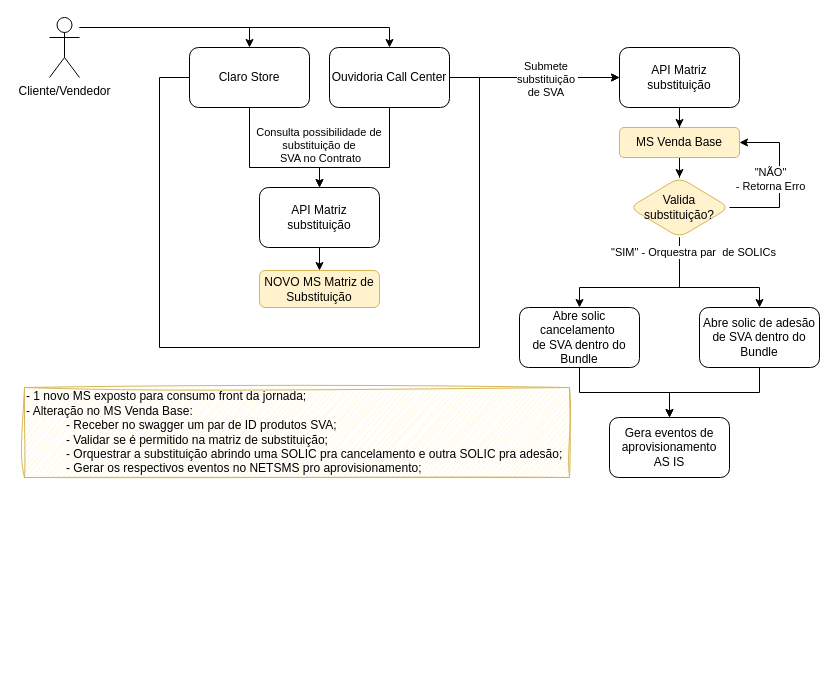
Before: page "v4" (4 of 5) of 120815 – Bundle Flexíve.drawio in samirali/ClaroBrasil, a draw.io diagram. Source tidied: cells renumbered, new cells numbered last; positions are measured from the earlier drawing's top-left corner, leaving out a move shared by most shapes. Both pictures are drawn from the tidied source at 100%, with x=0, y=0 at pixel (24, 17).
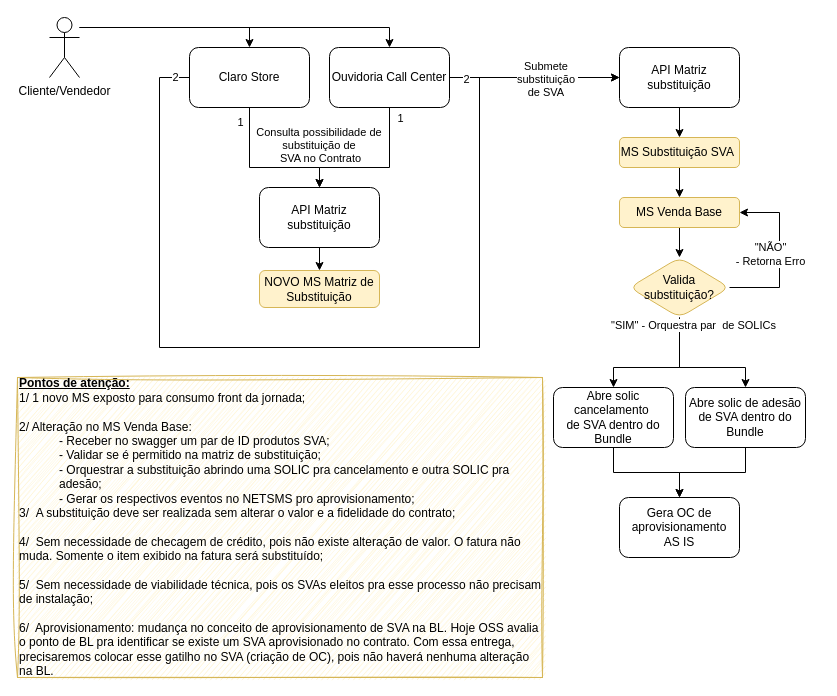
Above is the later version.

Unchanged cells that the change refers to:
```xml
<mxCell id="7" style="edgeStyle=orthogonalEdgeStyle;rounded=0;jettySize=auto;html=1;entryX=0.5;entryY=0;entryDx=0;entryDy=0;" parent="1" edge="1" source="10" target="29">
  <mxGeometry relative="1" as="geometry">
    <Array as="points">
      <mxPoint x="225" y="150" />
      <mxPoint x="295" y="150" />
    </Array>
  </mxGeometry>
</mxCell>
<mxCell id="9" style="edgeStyle=orthogonalEdgeStyle;rounded=0;jettySize=auto;html=1;entryX=0;entryY=0.5;entryDx=0;entryDy=0;" parent="1" edge="1" source="10" target="31">
  <mxGeometry relative="1" as="geometry">
    <Array as="points">
      <mxPoint x="135" y="60" />
      <mxPoint x="135" y="330" />
      <mxPoint x="455" y="330" />
      <mxPoint x="455" y="60" />
      <mxPoint x="465" y="60" />
    </Array>
  </mxGeometry>
</mxCell>
<mxCell id="12" style="edgeStyle=orthogonalEdgeStyle;rounded=0;jettySize=auto;html=1;entryX=0;entryY=0.5;entryDx=0;entryDy=0;" parent="1" edge="1" source="13" target="31">
  <mxGeometry relative="1" as="geometry" />
</mxCell>
<mxCell id="31" value="API Matriz substituição" style="rounded=1;whiteSpace=wrap;html=1;fillColor=#FFFFFF;strokeColor=default;" parent="1" vertex="1">
  <mxGeometry x="595" y="30" width="120" height="60" as="geometry" />
</mxCell>
```

The edit, as a diff of the source:
```diff
@@
     <mxCell id="2" style="edgeStyle=orthogonalEdgeStyle;rounded=0;jettySize=auto;html=1;entryX=0.5;entryY=0;entryDx=0;entryDy=0;" parent="1" edge="1" source="25" target="20">
       <mxGeometry relative="1" as="geometry">
         <Array as="points">
-          <mxPoint x="655" y="270" />
-          <mxPoint x="735" y="270" />
+          <mxPoint x="655" y="350" />
+          <mxPoint x="721" y="350" />
         </Array>
       </mxGeometry>
     </mxCell>
@@
+    <mxCell id="32" value="1" style="edgeLabel;html=1;align=center;verticalAlign=middle;" parent="7" vertex="1">
+      <mxGeometry x="-0.82" y="-4" relative="1" as="geometry">
+        <mxPoint x="-6" as="offset" />
+      </mxGeometry>
+    </mxCell>
@@
+    <mxCell id="33" value="2" style="edgeLabel;html=1;align=center;verticalAlign=middle;" parent="9" vertex="1">
+      <mxGeometry x="-0.97" y="-1" relative="1" as="geometry" />
+    </mxCell>
@@
+    <mxCell id="34" value="2" style="edgeLabel;html=1;align=center;verticalAlign=middle;" parent="12" vertex="1">
+      <mxGeometry x="-0.81" y="-1" relative="1" as="geometry" />
+    </mxCell>
@@
     <mxCell id="15" value="MS Venda Base" style="rounded=1;whiteSpace=wrap;html=1;fillColor=#fff2cc;strokeColor=#d6b656;" parent="1" vertex="1">
-      <mxGeometry x="595" y="110" width="120" height="30" as="geometry" />
+      <mxGeometry x="595" y="180" width="120" height="30" as="geometry" />
     </mxCell>
@@
     <mxCell id="18" value="Abre solic cancelamento&amp;nbsp;&lt;div&gt;de SVA dentro do Bundle&lt;/div&gt;" style="rounded=1;whiteSpace=wrap;html=1;" parent="1" vertex="1">
-      <mxGeometry x="495" y="290" width="120" height="60" as="geometry" />
+      <mxGeometry x="529" y="370" width="120" height="60" as="geometry" />
     </mxCell>
@@
     <mxCell id="20" value="Abre solic de adesão de SVA dentro do Bundle" style="whiteSpace=wrap;html=1;rounded=1;" parent="1" vertex="1">
-      <mxGeometry x="675" y="290" width="120" height="60" as="geometry" />
+      <mxGeometry x="661" y="370" width="120" height="60" as="geometry" />
     </mxCell>
     <mxCell id="21" style="edgeStyle=orthogonalEdgeStyle;rounded=0;jettySize=auto;html=1;entryX=0.5;entryY=0;entryDx=0;entryDy=0;exitX=0.5;exitY=1;exitDx=0;exitDy=0;" parent="1" edge="1" source="25" target="18">
       <mxGeometry relative="1" as="geometry">
         <Array as="points">
-          <mxPoint x="655" y="270" />
-          <mxPoint x="555" y="270" />
+          <mxPoint x="655" y="350" />
+          <mxPoint x="589" y="350" />
         </Array>
       </mxGeometry>
     </mxCell>
@@
     <mxCell id="23" style="edgeStyle=orthogonalEdgeStyle;rounded=0;jettySize=auto;html=1;exitX=1;exitY=0.5;exitDx=0;exitDy=0;entryX=1;entryY=0.5;entryDx=0;entryDy=0;" parent="1" edge="1" source="25" target="15">
       <mxGeometry relative="1" as="geometry">
         <Array as="points">
-          <mxPoint x="755" y="190" />
-          <mxPoint x="755" y="125" />
+          <mxPoint x="755" y="270" />
+          <mxPoint x="755" y="195" />
         </Array>
       </mxGeometry>
     </mxCell>
@@
     <mxCell id="25" value="Valida substituição?" style="rhombus;whiteSpace=wrap;html=1;rounded=1;fillColor=#fff2cc;strokeColor=#d6b656;" parent="1" vertex="1">
-      <mxGeometry x="605" y="160" width="100" height="60" as="geometry" />
+      <mxGeometry x="605" y="240" width="100" height="60" as="geometry" />
     </mxCell>
-    <mxCell id="26" value="Gera eventos de aprovisionamento&lt;div&gt;AS IS&lt;/div&gt;" style="whiteSpace=wrap;html=1;rounded=1;" parent="1" vertex="1">
-      <mxGeometry x="585" y="400" width="120" height="60" as="geometry" />
+    <mxCell id="26" value="Gera OC de aprovisionamento&lt;div&gt;AS IS&lt;/div&gt;" style="whiteSpace=wrap;html=1;rounded=1;" parent="1" vertex="1">
+      <mxGeometry x="595" y="480" width="120" height="60" as="geometry" />
     </mxCell>
-    <mxCell id="27" value="&lt;span style=&quot;background-color: transparent; color: light-dark(rgb(0, 0, 0), rgb(255, 255, 255));&quot;&gt;- 1 novo MS exposto para consumo front da jornada;&lt;/span&gt;&lt;br&gt;&lt;div&gt;- Alteração no MS Venda Base:&lt;/div&gt;&lt;blockquote style=&quot;margin: 0 0 0 40px; border: none; padding: 0px;&quot;&gt;&lt;div&gt;- Receber no swagger um par de ID produtos SVA;&lt;/div&gt;&lt;div&gt;- Validar se é permitido na matriz de substituição;&lt;/div&gt;&lt;div&gt;-&amp;nbsp;Orquestrar a substituição abrindo uma SOLIC pra cancelamento e outra SOLIC pra adesão;&lt;/div&gt;&lt;div&gt;- Gerar os respectivos eventos no NETSMS pro aprovisionamento;&lt;/div&gt;&lt;/blockquote&gt;" style="text;html=1;align=left;verticalAlign=middle;whiteSpace=wrap;rounded=0;strokeColor=#d6b656;sketch=1;curveFitting=1;jiggle=2;fillColor=#fff2cc;" parent="1" vertex="1">
-      <mxGeometry y="370" width="545" height="90" as="geometry" />
+    <mxCell id="27" value="&lt;div&gt;&lt;span style=&quot;background-color: transparent; color: light-dark(rgb(0, 0, 0), rgb(255, 255, 255));&quot;&gt;&lt;u&gt;&lt;b&gt;Pontos de atenção:&lt;/b&gt;&lt;/u&gt;&lt;/span&gt;&lt;/div&gt;&lt;span style=&quot;background-color: transparent; color: light-dark(rgb(0, 0, 0), rgb(255, 255, 255));&quot;&gt;1/ 1 novo MS exposto para consumo front da jornada;&lt;/span&gt;&lt;br&gt;&lt;div&gt;&lt;br&gt;&lt;/div&gt;&lt;div&gt;2/ Alteração no MS Venda Base:&lt;/div&gt;&lt;blockquote style=&quot;margin: 0 0 0 40px; border: none; padding: 0px;&quot;&gt;&lt;div&gt;- Receber no swagger um par de ID produtos SVA;&lt;/div&gt;&lt;div&gt;- Validar se é permitido na matriz de substituição;&lt;/div&gt;&lt;div&gt;-&amp;nbsp;Orquestrar a substituição abrindo uma SOLIC pra cancelamento e outra SOLIC pra adesão;&lt;/div&gt;&lt;div&gt;- Gerar os respectivos eventos no NETSMS pro aprovisionamento;&lt;/div&gt;&lt;/blockquote&gt;3/&amp;nbsp;&amp;nbsp;&lt;span style=&quot;background-color: transparent;&quot;&gt;A substituição deve ser realizada sem alterar o valor e a fidelidade do contrato;&amp;nbsp;&lt;/span&gt;&lt;div&gt;&lt;br&gt;&lt;/div&gt;&lt;div&gt;4/&amp;nbsp; Sem necessidade de checagem de crédito, pois não existe alteração de valor. O fatura não muda. Somente o item exibido na fatura será substituído;&amp;nbsp;&lt;/div&gt;&lt;div&gt;&lt;br&gt;&lt;/div&gt;&lt;div&gt;5/&amp;nbsp; Sem necessidade de viabilidade técnica, pois os SVAs eleitos pra esse processo não precisam de instalação;&lt;/div&gt;&lt;div&gt;&lt;br&gt;&lt;/div&gt;&lt;div&gt;6/&amp;nbsp; Aprovisionamento: m&lt;span style=&quot;background-color: transparent; color: light-dark(rgb(0, 0, 0), rgb(255, 255, 255));&quot;&gt;udança no conceito de aprovisionamento de SVA na BL. Hoje OSS avalia o ponto de BL pra identificar se existe um SVA aprovisionado no contrato. Com essa entrega, precisaremos colocar esse gatilho no SVA (criação de OC), pois não haverá nenhuma alteração na BL.&amp;nbsp;&lt;/span&gt;&lt;/div&gt;" style="text;html=1;align=left;verticalAlign=middle;whiteSpace=wrap;rounded=0;strokeColor=#d6b656;sketch=1;curveFitting=1;jiggle=2;fillColor=#fff2cc;" parent="1" vertex="1">
+      <mxGeometry x="-7" y="360" width="525" height="300" as="geometry" />
     </mxCell>
@@
-    <mxCell id="30" style="edgeStyle=orthogonalEdgeStyle;rounded=0;jettySize=auto;html=1;" parent="1" edge="1" source="31" target="15">
-      <mxGeometry relative="1" as="geometry" />
-    </mxCell>
+    <mxCell id="35" style="edgeStyle=orthogonalEdgeStyle;rounded=0;jettySize=auto;html=1;" parent="1" edge="1" source="31" target="37">
+      <mxGeometry relative="1" as="geometry" />
+    </mxCell>
@@
+    <mxCell id="36" style="edgeStyle=orthogonalEdgeStyle;rounded=0;jettySize=auto;html=1;entryX=0.5;entryY=0;entryDx=0;entryDy=0;" parent="1" edge="1" source="37" target="15">
+      <mxGeometry relative="1" as="geometry" />
+    </mxCell>
+    <mxCell id="37" value="MS Substituição SVA&amp;nbsp;" style="rounded=1;whiteSpace=wrap;html=1;fillColor=#fff2cc;strokeColor=#d6b656;" parent="1" vertex="1">
+      <mxGeometry x="595" y="120" width="120" height="30" as="geometry" />
+    </mxCell>
+    <mxCell id="38" value="1" style="edgeLabel;html=1;align=center;verticalAlign=middle;" parent="1" vertex="1">
+      <mxGeometry x="375" y="100" as="geometry" />
+    </mxCell>
```
